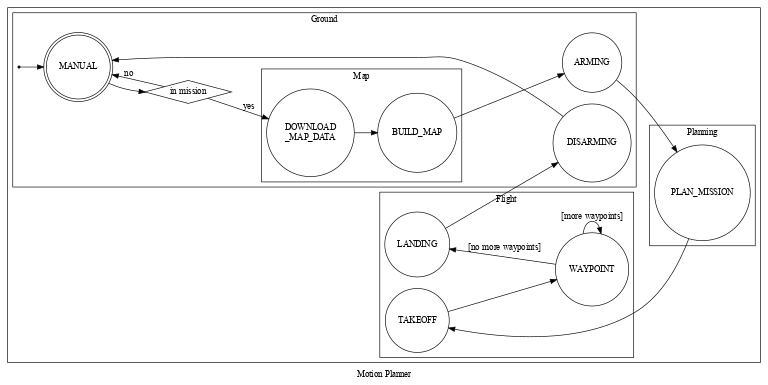
The Graphviz diagram misc/state_machines/motion-planner-states.png in sunsided/FCND-Motion-Planning, before a commit. Its source is kept beside it as misc/state_machines/motion-planner-states.gv. The source it was exported from:
```dot
digraph finite_state_machine {
    rankdir=LR;
    size="8,8"
    label = "Motion Planner"

    subgraph cluster_top {
        label = "";

        subgraph cluster_solution {
            label = "Ground";

            init [shape = point ];
            in_mission [shape = diamond, label = "in mission" ];

            MANUAL [shape = doublecircle];
            ARMING [shape = circle];
            DISARMING [shape = circle];

            subgraph cluster_mapping {
                label = "Map";
                DOWNLOAD_MAP_DATA [shape = circle, label = "DOWNLOAD\n_MAP_DATA"];
                BUILD_MAP [shape = circle];
            }

            {rank=same; ARMING; DISARMING}
        }

        subgraph cluster_planning {
            label = "Planning";
            PLAN_MISSION [shape = circle];
        }

        subgraph cluster_flight {
            label = "Flight"

            TAKEOFF [shape = circle];
            WAYPOINT [shape = circle];
            LANDING [shape = circle];

            {rank=same; TAKEOFF, LANDING}
        }

    }

    MANUAL -> ARMING [style=invis];
    MANUAL -> DISARMING [style=invis];
    BUILD_MAP -> WAYPOINT [style=invis];

    init -> MANUAL;
    MANUAL -> in_mission;
    in_mission  -> MANUAL [ label = "no" ];
    in_mission  -> DOWNLOAD_MAP_DATA [ label = "yes" ];
    DOWNLOAD_MAP_DATA -> BUILD_MAP [ label = "" ];
    BUILD_MAP -> ARMING [ label = "" ];

    ARMING -> PLAN_MISSION [ label = "" ];
    PLAN_MISSION -> TAKEOFF [ label = "" ];
    TAKEOFF -> WAYPOINT [ label = "" ];
    WAYPOINT -> WAYPOINT [ label = "[more waypoints]" ];
    WAYPOINT -> LANDING [ label = "[no more waypoints]" ];
    LANDING -> DISARMING [ label = "" ];
    DISARMING -> MANUAL [ label = "" ];
}
```
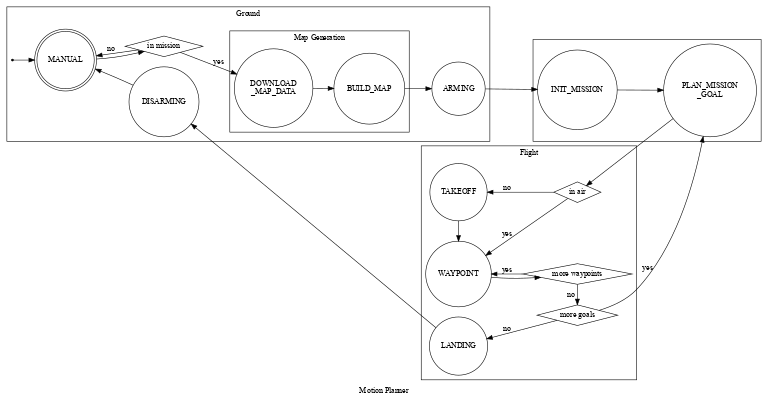
After the commit.

Commit message:
Improve motion planner states

What changed in the source:
```diff
@@ -1,45 +1,45 @@
 digraph finite_state_machine {
     rankdir=LR;
-    size="8,8"
+    size="8,10"
     label = "Motion Planner"
 
-    subgraph cluster_top {
+    subgraph cluster_solution {
+        label = "Ground";
+
+        init [shape = point ];
+        in_mission [shape = diamond, label = "in mission" ];
+
+        MANUAL [shape = doublecircle];
+        ARMING [shape = circle];
+        DISARMING [shape = circle];
+
+        subgraph cluster_mapping {
+            label = "Map Generation";
+            DOWNLOAD_MAP_DATA [shape = circle, label = "DOWNLOAD\n_MAP_DATA"];
+            BUILD_MAP [shape = circle];
+        }
+    }
+
+    subgraph cluster_planning {
         label = "";
+        INIT_MISSION [shape = circle];
+        PLAN_MISSION_GOAL [shape = circle, label = "PLAN_MISSION\n_GOAL"];
+    }
 
-        subgraph cluster_solution {
-            label = "Ground";
+    subgraph cluster_flight {
+        label = "Flight"
 
-            init [shape = point ];
-            in_mission [shape = diamond, label = "in mission" ];
+        TAKEOFF [shape = circle];
+        WAYPOINT [shape = circle];
+        LANDING [shape = circle];
 
-            MANUAL [shape = doublecircle];
-            ARMING [shape = circle];
-            DISARMING [shape = circle];
+        in_air [shape = diamond, label = "in air" ];
 
-            subgraph cluster_mapping {
-                label = "Map";
-                DOWNLOAD_MAP_DATA [shape = circle, label = "DOWNLOAD\n_MAP_DATA"];
-                BUILD_MAP [shape = circle];
-            }
+        more_waypoints [shape = diamond, label = "more waypoints" ];
+        more_goals [shape = diamond, label = "more goals" ];
 
-            {rank=same; ARMING; DISARMING}
-        }
-
-        subgraph cluster_planning {
-            label = "Planning";
-            PLAN_MISSION [shape = circle];
-        }
-
-        subgraph cluster_flight {
-            label = "Flight"
-
-            TAKEOFF [shape = circle];
-            WAYPOINT [shape = circle];
-            LANDING [shape = circle];
-
-            {rank=same; TAKEOFF, LANDING}
-        }
-
+        {rank=same; rankdir=LR; TAKEOFF; WAYPOINT; LANDING}
+        {rank=same; rankdir=LR; more_goals; more_waypoints; in_air}
     }
 
     MANUAL -> ARMING [style=invis];
@@ -53,11 +53,22 @@
     DOWNLOAD_MAP_DATA -> BUILD_MAP [ label = "" ];
     BUILD_MAP -> ARMING [ label = "" ];
 
-    ARMING -> PLAN_MISSION [ label = "" ];
-    PLAN_MISSION -> TAKEOFF [ label = "" ];
+    ARMING -> INIT_MISSION [ label = "" ];
+    INIT_MISSION -> PLAN_MISSION_GOAL [ label = "" ];
+    PLAN_MISSION_GOAL -> in_air [ label = "" ];
+
+    in_air -> TAKEOFF [ label = "no" ];
+    in_air -> WAYPOINT [ label = "yes" ];
+
     TAKEOFF -> WAYPOINT [ label = "" ];
-    WAYPOINT -> WAYPOINT [ label = "[more waypoints]" ];
-    WAYPOINT -> LANDING [ label = "[no more waypoints]" ];
+
+    WAYPOINT -> more_waypoints [ label = "" ];
+    more_waypoints -> WAYPOINT [ label = "yes" ];
+    more_waypoints -> more_goals [ label = "no" ];
+
+    more_goals -> PLAN_MISSION_GOAL [ label = "yes" ];
+    more_goals -> LANDING [ label = "no" ];
+
     LANDING -> DISARMING [ label = "" ];
     DISARMING -> MANUAL [ label = "" ];
 }
```
